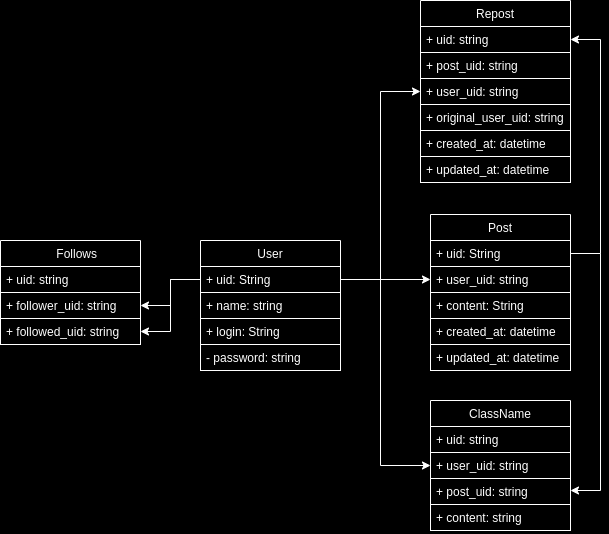
Earlier version of the draw.io export docs/class-document.png (lucca257/desafio-strider). Source tidied: cells renumbered, new cells last; positions are measured from the earlier drawing's top-left corner, leaving out a move shared by most shapes.
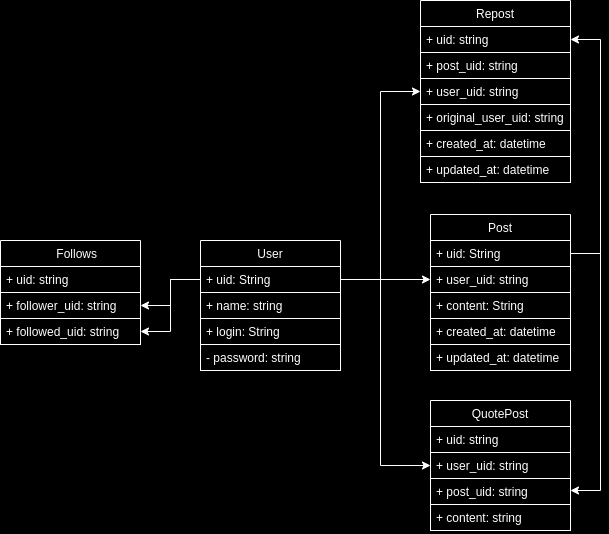
Later version of the same file.

Diff of the diagram source:
```diff
@@ -88,7 +88,7 @@
         </Array>
       </mxGeometry>
     </mxCell>
-    <mxCell id="29" value="ClassName" style="swimlane;fontStyle=0;horizontal=1;startSize=26;fillColor=none;fontColor=#FFFFFF;strokeColor=#FFFFFF;" parent="1" vertex="1">
+    <mxCell id="29" value="QuotePost" style="swimlane;fontStyle=0;horizontal=1;startSize=26;fillColor=none;fontColor=#FFFFFF;strokeColor=#FFFFFF;" parent="1" vertex="1">
       <mxGeometry x="430" y="400" width="140" height="130" as="geometry" />
     </mxCell>
     <mxCell id="30" value="+ uid: string" style="text;strokeColor=#FFFFFF;fillColor=none;align=left;verticalAlign=top;spacingLeft=4;spacingRight=4;overflow=hidden;fontColor=#FFFFFF;" parent="29" vertex="1">
```
